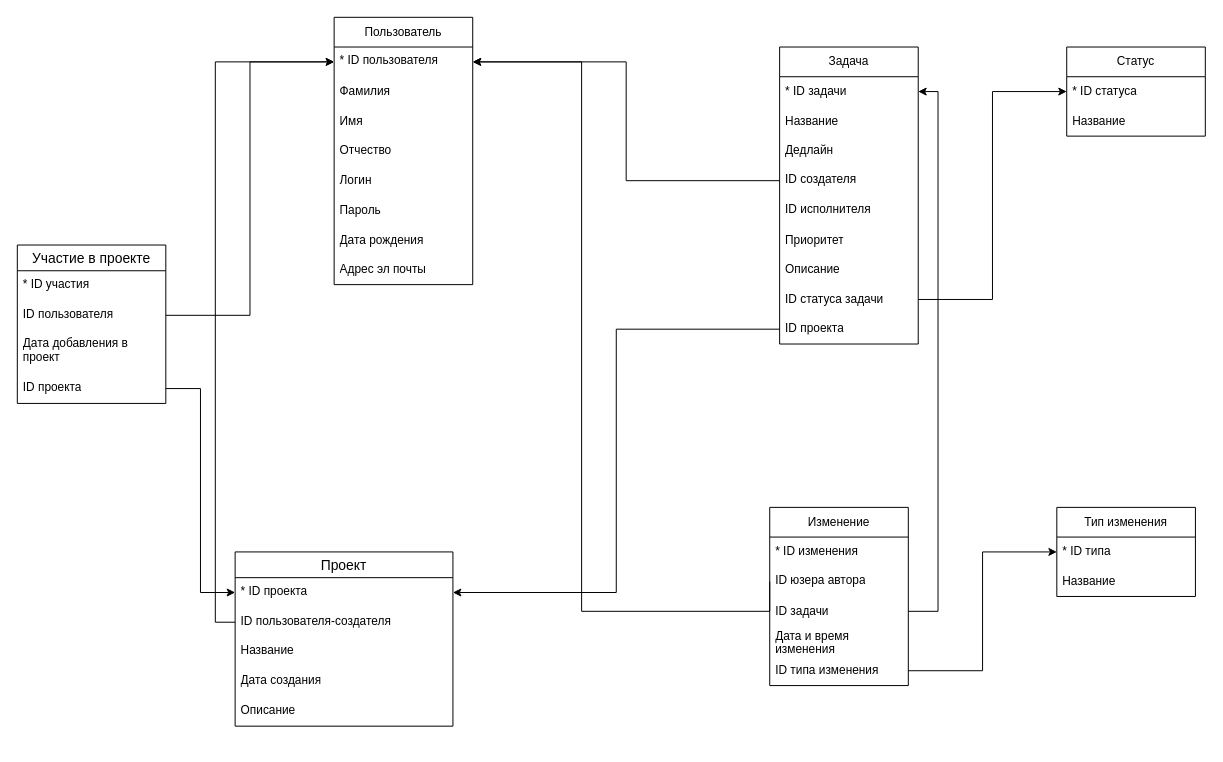
DeeMassG/Task-Tracker keeps this draw.io diagram as doc/relational.drawio. Above is the earlier version. Source tidied: cells renumbered, new cells numbered last; positions are measured from the earlier drawing's top-left corner, leaving out a move shared by most shapes. Both pictures are drawn from the tidied source at 99%, with x=0, y=0 at pixel (17, 17).
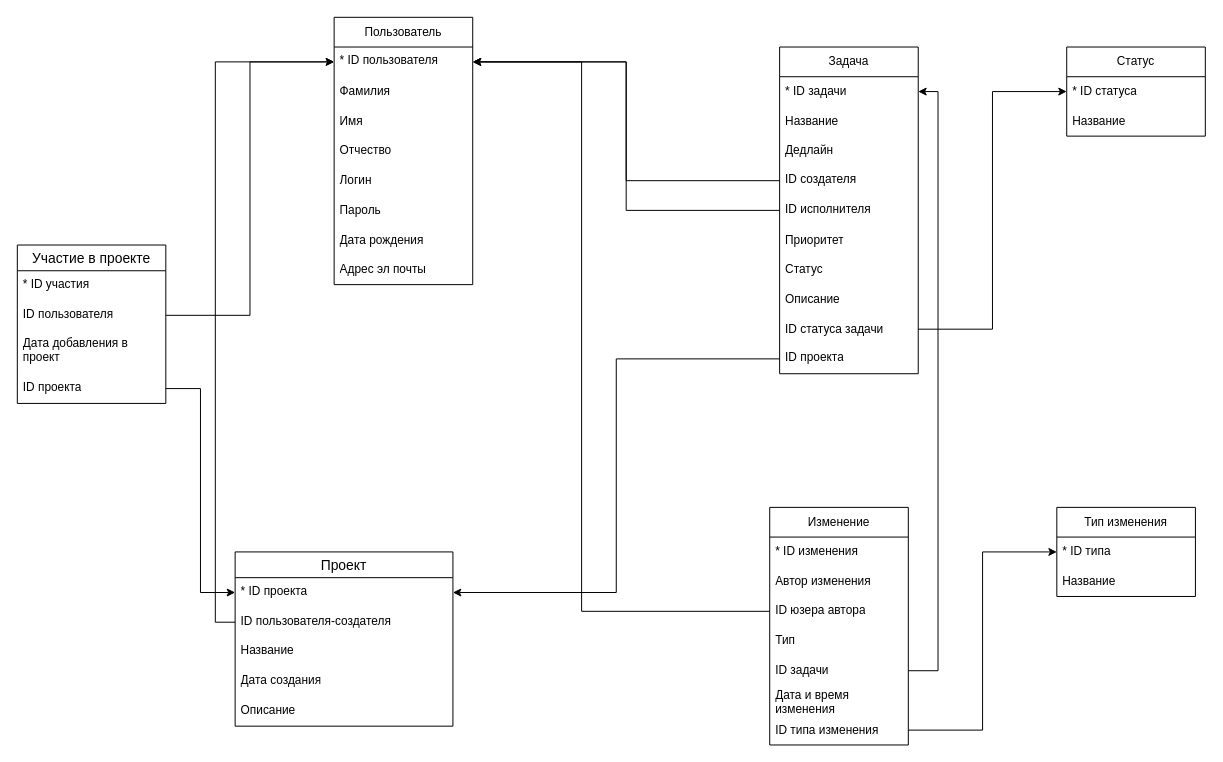
Above is the later version.

Commit message:
добавлена связь в реляционной модели, в структуру проекта добавлены каталоги db и app

The change refers to these unchanged cells:
```xml
<mxCell id="3" value="* ID пользователя" style="text;strokeColor=none;fillColor=none;spacingLeft=4;spacingRight=4;overflow=hidden;points=[[0,0.5],[1,0.5]];portConstraint=eastwest;fontSize=12;whiteSpace=wrap;html=1;" parent="2" vertex="1">
  <mxGeometry y="30" width="140" height="30" as="geometry" />
</mxCell>
<mxCell id="16" value="ID исполнителя" style="text;strokeColor=none;fillColor=none;spacingLeft=4;spacingRight=4;overflow=hidden;points=[[0,0.5],[1,0.5]];portConstraint=eastwest;fontSize=12;whiteSpace=wrap;html=1;" parent="11" vertex="1">
  <mxGeometry y="150" width="140" height="30" as="geometry" />
</mxCell>
```

Change to the diagram source:
```diff
@@
     <mxCell id="11" value="Задача" style="swimlane;fontStyle=0;horizontal=1;startSize=30;whiteSpace=wrap;html=1;" parent="1" vertex="1">
-      <mxGeometry x="770" y="30" width="140" height="300" as="geometry" />
+      <mxGeometry x="770" y="30" width="140" height="330" as="geometry" />
     </mxCell>
@@
+    <mxCell id="53" value="Статус" style="text;strokeColor=none;fillColor=none;align=left;verticalAlign=middle;spacingLeft=4;spacingRight=4;overflow=hidden;whiteSpace=wrap;html=1;" parent="11" vertex="1">
+      <mxGeometry y="210" width="140" height="30" as="geometry" />
+    </mxCell>
     <mxCell id="18" value="Описание" style="text;strokeColor=none;fillColor=none;align=left;verticalAlign=middle;spacingLeft=4;spacingRight=4;overflow=hidden;whiteSpace=wrap;html=1;" parent="11" vertex="1">
-      <mxGeometry y="210" width="140" height="30" as="geometry" />
+      <mxGeometry y="240" width="140" height="30" as="geometry" />
     </mxCell>
     <mxCell id="19" value="ID статуса задачи" style="text;strokeColor=none;fillColor=none;align=left;verticalAlign=middle;spacingLeft=4;spacingRight=4;overflow=hidden;points=[[0,0.5],[1,0.5]];portConstraint=eastwest;whiteSpace=wrap;html=1;" parent="11" vertex="1">
-      <mxGeometry y="240" width="140" height="30" as="geometry" />
+      <mxGeometry y="270" width="140" height="30" as="geometry" />
     </mxCell>
     <mxCell id="20" value="ID проекта" style="text;strokeColor=none;fillColor=none;spacingLeft=4;spacingRight=4;overflow=hidden;points=[[0,0.5],[1,0.5]];portConstraint=eastwest;fontSize=12;whiteSpace=wrap;html=1;" parent="11" vertex="1">
-      <mxGeometry y="270" width="140" height="30" as="geometry" />
+      <mxGeometry y="300" width="140" height="30" as="geometry" />
     </mxCell>
     <mxCell id="21" value="Изменение" style="swimlane;fontStyle=0;horizontal=1;startSize=30;whiteSpace=wrap;html=1;" parent="1" vertex="1">
-      <mxGeometry x="760" y="495" width="140" height="180" as="geometry" />
+      <mxGeometry x="760" y="495" width="140" height="240" as="geometry" />
     </mxCell>
@@
+    <mxCell id="54" value="Автор изменения" style="text;strokeColor=none;fillColor=none;align=left;verticalAlign=middle;spacingLeft=4;spacingRight=4;overflow=hidden;whiteSpace=wrap;html=1;" parent="21" vertex="1">
+      <mxGeometry y="60" width="140" height="30" as="geometry" />
+    </mxCell>
     <mxCell id="23" value="ID юзера автора" style="text;strokeColor=none;fillColor=none;spacingLeft=4;spacingRight=4;overflow=hidden;points=[[0,0.5],[1,0.5]];portConstraint=eastwest;fontSize=12;whiteSpace=wrap;html=1;" parent="21" vertex="1">
-      <mxGeometry y="60" width="140" height="30" as="geometry" />
+      <mxGeometry y="90" width="140" height="30" as="geometry" />
     </mxCell>
+    <mxCell id="55" value="Тип" style="text;strokeColor=none;fillColor=none;align=left;verticalAlign=middle;spacingLeft=4;spacingRight=4;overflow=hidden;whiteSpace=wrap;html=1;" parent="21" vertex="1">
+      <mxGeometry y="120" width="140" height="30" as="geometry" />
+    </mxCell>
     <mxCell id="24" value="ID задачи" style="text;strokeColor=none;fillColor=none;align=left;verticalAlign=middle;spacingLeft=4;spacingRight=4;overflow=hidden;points=[[0,0.5],[1,0.5]];portConstraint=eastwest;whiteSpace=wrap;html=1;" parent="21" vertex="1">
-      <mxGeometry y="90" width="140" height="30" as="geometry" />
+      <mxGeometry y="150" width="140" height="30" as="geometry" />
     </mxCell>
     <mxCell id="25" value="Дата и время изменения" style="text;strokeColor=none;fillColor=none;align=left;verticalAlign=middle;spacingLeft=4;spacingRight=4;overflow=hidden;whiteSpace=wrap;html=1;" parent="21" vertex="1">
-      <mxGeometry y="120" width="140" height="30" as="geometry" />
+      <mxGeometry y="180" width="140" height="30" as="geometry" />
     </mxCell>
     <mxCell id="26" value="ID типа изменения" style="text;strokeColor=none;fillColor=none;align=left;verticalAlign=middle;spacingLeft=4;spacingRight=4;overflow=hidden;points=[[0,0.5],[1,0.5]];portConstraint=eastwest;whiteSpace=wrap;html=1;" parent="21" vertex="1">
-      <mxGeometry y="150" width="140" height="30" as="geometry" />
+      <mxGeometry y="210" width="140" height="30" as="geometry" />
     </mxCell>
@@
+    <mxCell id="56" style="edgeStyle=orthogonalEdgeStyle;rounded=0;jettySize=auto;html=1;exitX=0;exitY=0.5;exitDx=0;exitDy=0;entryX=1;entryY=0.5;entryDx=0;entryDy=0;" parent="1" edge="1" source="16" target="3">
+      <mxGeometry relative="1" as="geometry" />
+    </mxCell>
```
